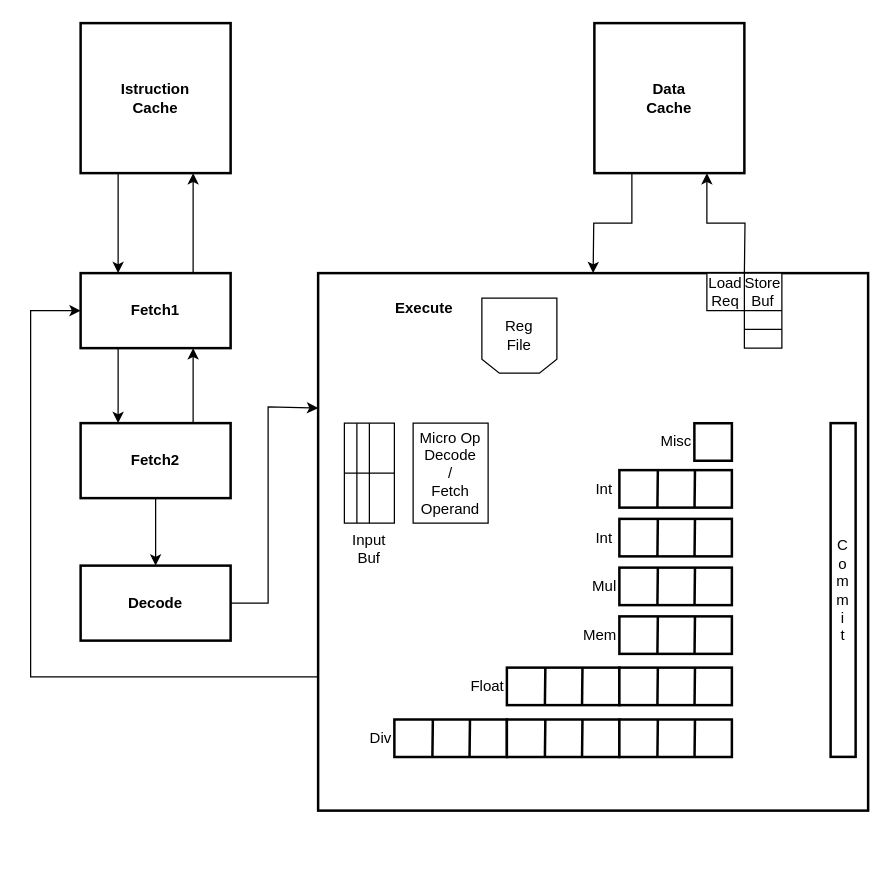
Above: Diagrammi/MinorArm.drawio in The90Frank/MinorArmAnalyzer (draw.io), before the change. Source tidied: cells renumbered, new cells numbered last; positions are measured from the earlier drawing's top-left corner, leaving out a move shared by most shapes. Both pictures are drawn from the tidied source at 125%, with x=0, y=0 at pixel (30, 22).
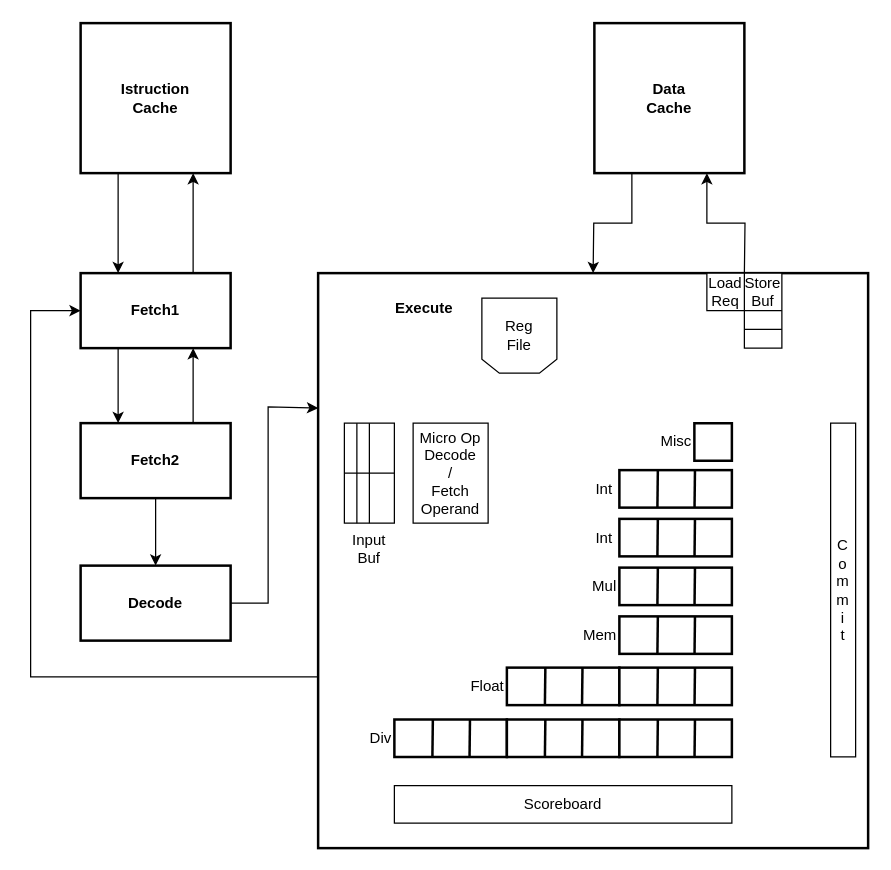
The same diagram, later.

Diff of the diagram source:
```diff
@@
     <mxCell id="16" value="&amp;nbsp; &amp;nbsp; &amp;nbsp; &amp;nbsp; &amp;nbsp; &lt;br&gt;&amp;nbsp; &amp;nbsp; &amp;nbsp; &amp;nbsp; &amp;nbsp; &amp;nbsp; &amp;nbsp; &amp;nbsp; &amp;nbsp; &lt;b&gt;Execute&lt;/b&gt;" style="rounded=0;whiteSpace=wrap;html=1;verticalAlign=top;labelPosition=center;verticalLabelPosition=middle;align=left;strokeWidth=2;" parent="1" vertex="1">
-      <mxGeometry x="230" y="200" width="440" height="430" as="geometry" />
+      <mxGeometry x="230" y="200" width="440" height="460" as="geometry" />
     </mxCell>
@@
-    <mxCell id="52" value="C&lt;br&gt;o&lt;br&gt;m&lt;br&gt;m&lt;br&gt;i&lt;br&gt;t" style="rounded=0;whiteSpace=wrap;html=1;align=center;strokeWidth=2;" parent="1" vertex="1">
+    <mxCell id="52" value="C&lt;br&gt;o&lt;br&gt;m&lt;br&gt;m&lt;br&gt;i&lt;br&gt;t" style="rounded=0;whiteSpace=wrap;html=1;align=center;strokeWidth=1;" parent="1" vertex="1">
       <mxGeometry x="640" y="320" width="20" height="267" as="geometry" />
     </mxCell>
@@
+    <mxCell id="58" value="Scoreboard" style="rounded=0;whiteSpace=wrap;html=1;strokeWidth=1;" parent="1" vertex="1">
+      <mxGeometry x="291" y="610" width="270" height="30" as="geometry" />
+    </mxCell>
```
